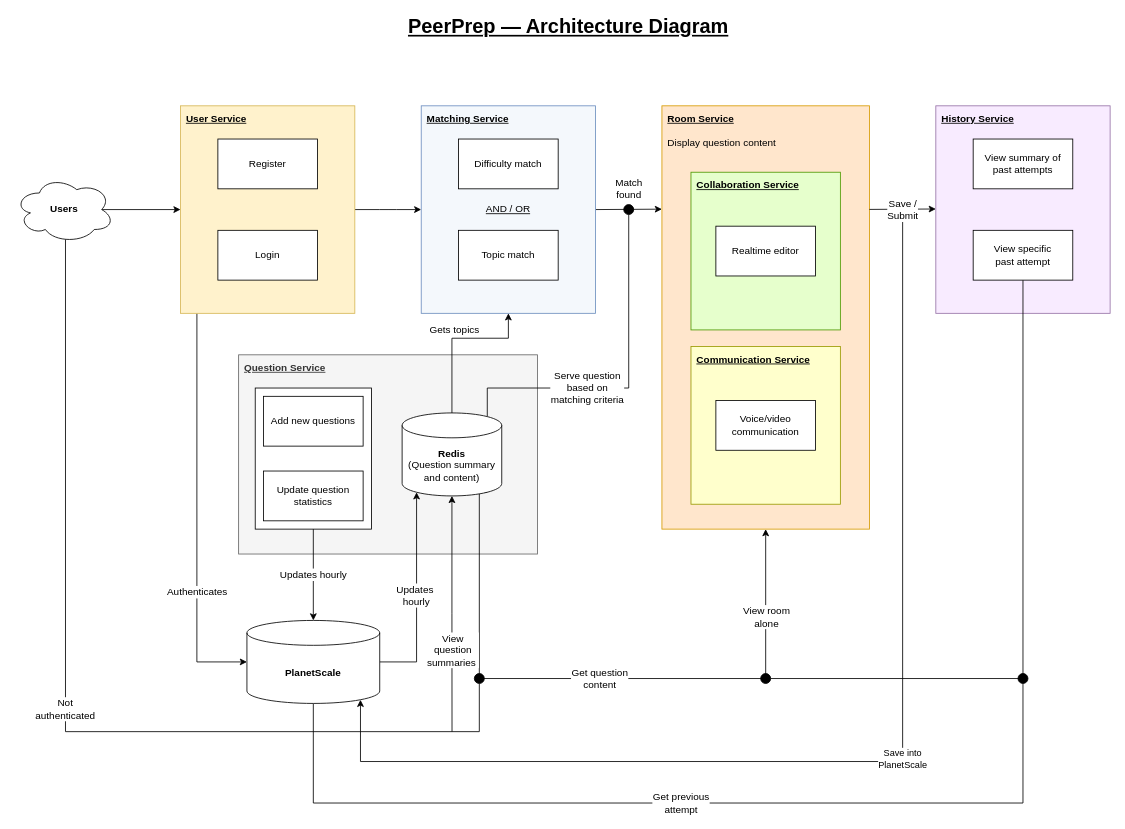
The draw.io diagram docs/cs3219-architecture.drawio in CS3219-AY2223S1/cs3219-project-ay2223s1-g42, before the edit. Source tidied: cells renumbered, new cells numbered last; positions are measured from the earlier drawing's top-left corner, leaving out a move shared by most shapes. Both pictures are drawn from the tidied source at 83%, with x=0, y=0 at pixel (14, 14).
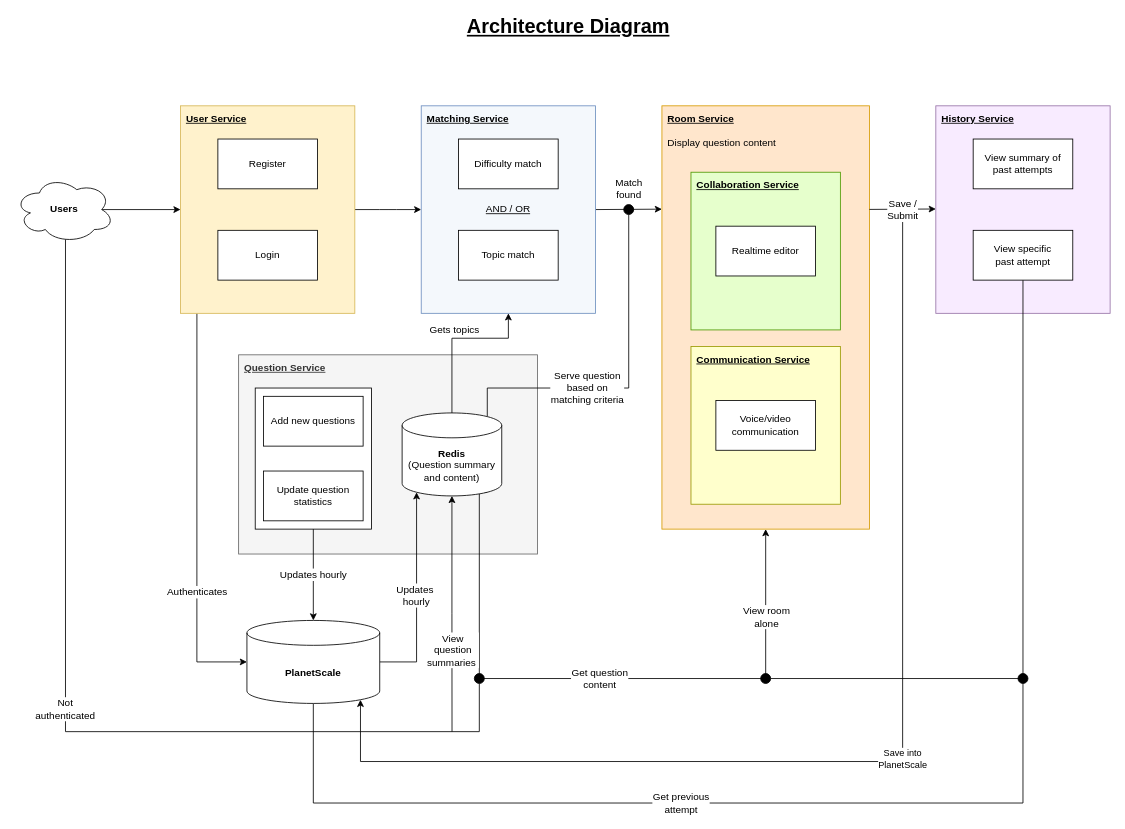
Above is the later version.

Commit message (it also covers changes not shown here):
docs: add user authentication diagram

Diff of the diagram source:
```diff
@@
-    <mxCell id="7" value="&lt;u style=&quot;font-size: 24px&quot;&gt;&lt;b style=&quot;font-size: 24px&quot;&gt;PeerPrep — Architecture Diagram&lt;/b&gt;&lt;/u&gt;" style="text;html=1;align=center;verticalAlign=middle;strokeColor=none;fillColor=none;fontSize=24;" parent="1" vertex="1">
-      <mxGeometry x="467" width="400" height="30" as="geometry" />
+    <mxCell id="7" value="&lt;u style=&quot;font-size: 24px&quot;&gt;&lt;b style=&quot;font-size: 24px&quot;&gt;Architecture Diagram&lt;/b&gt;&lt;/u&gt;" style="text;html=1;align=center;verticalAlign=middle;strokeColor=none;fillColor=none;fontSize=24;" parent="1" vertex="1">
+      <mxGeometry x="537" width="260" height="30" as="geometry" />
     </mxCell>
```
